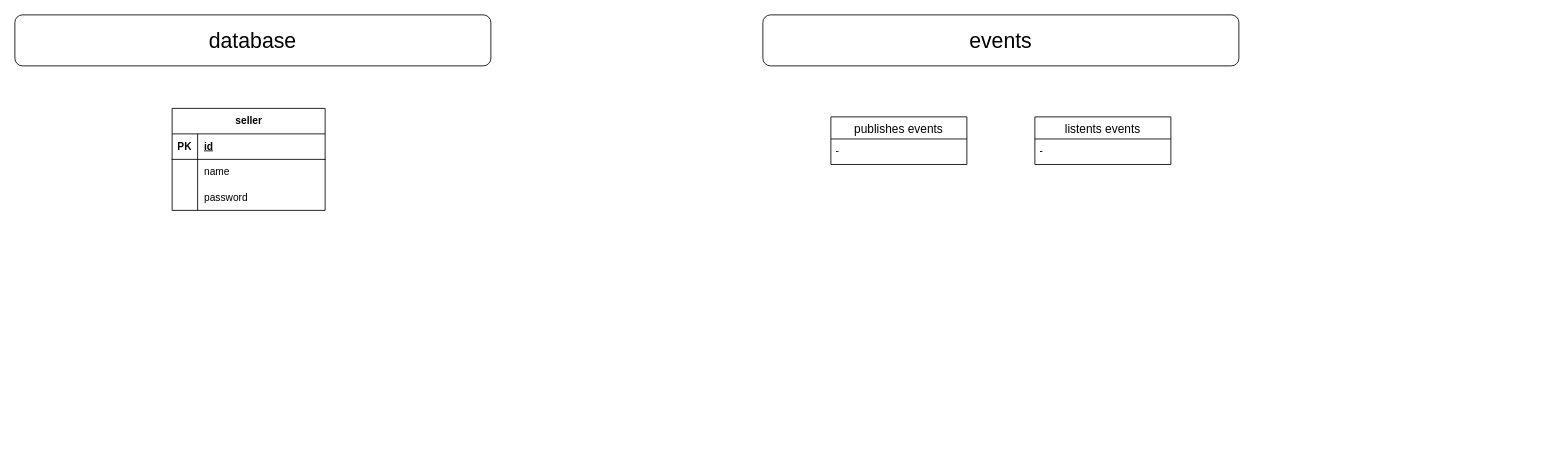
The draw.io diagram page "seller" (3 of 11) of app.drawio in ernurQ/eat-web-diagrams, before the edit. Source tidied: cells renumbered, new cells numbered last; positions are measured from the earlier drawing's top-left corner, leaving out a move shared by most shapes. Both pictures are drawn from the tidied source at 85%, with x=0, y=0 at pixel (14, 14).
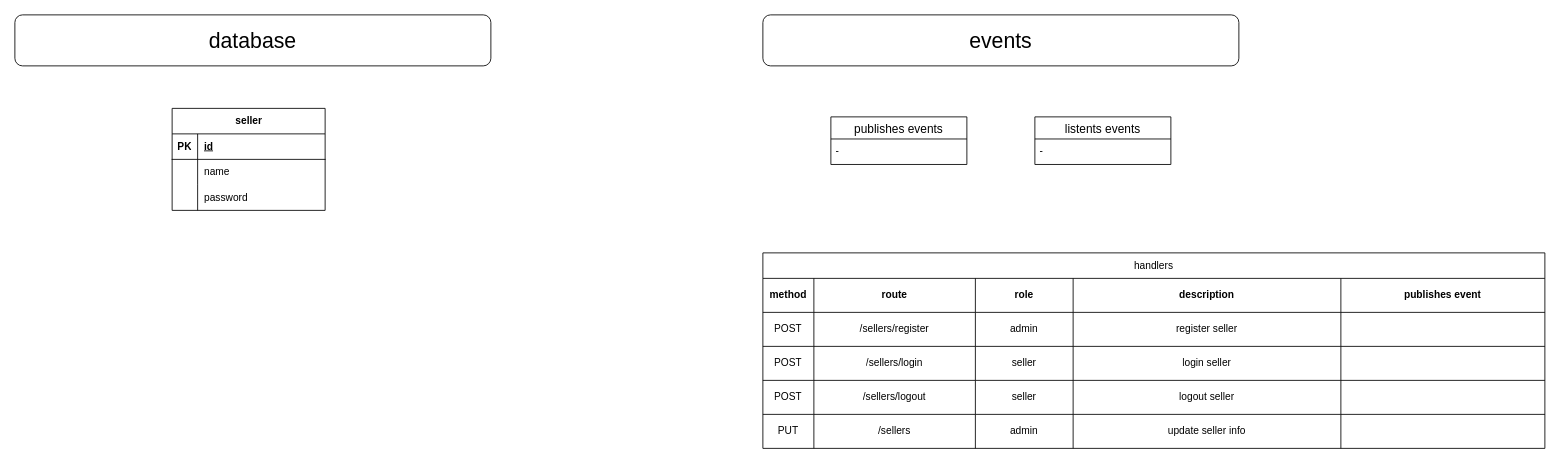
After the change.

Diff of the diagram source:
```diff
@@
+    <mxCell id="18" value="handlers" style="shape=table;startSize=30;childLayout=tableLayout;strokeColor=default;fontSize=12;" parent="1" vertex="1">
+      <mxGeometry x="880" y="280" width="920" height="230" as="geometry" />
+    </mxCell>
+    <mxCell id="19" style="shape=tableRow;horizontal=0;startSize=0;swimlaneHead=0;swimlaneBody=0;strokeColor=inherit;top=0;left=0;bottom=0;right=0;fillColor=none;fontSize=12;" parent="18" vertex="1">
+      <mxGeometry y="30" width="920" height="40" as="geometry" />
+    </mxCell>
+    <mxCell id="20" value="&lt;b&gt;method&lt;/b&gt;" style="shape=partialRectangle;html=1;whiteSpace=wrap;strokeColor=inherit;overflow=hidden;fillColor=none;top=0;left=0;bottom=0;right=0;fontSize=12;" parent="19" vertex="1">
+      <mxGeometry width="60" height="40" as="geometry" />
+    </mxCell>
+    <mxCell id="21" value="&lt;b&gt;route&lt;/b&gt;" style="shape=partialRectangle;html=1;whiteSpace=wrap;strokeColor=inherit;overflow=hidden;fillColor=none;top=0;left=0;bottom=0;right=0;fontSize=12;" parent="19" vertex="1">
+      <mxGeometry x="60" width="190" height="40" as="geometry" />
+    </mxCell>
+    <mxCell id="22" value="&lt;b&gt;role&lt;/b&gt;" style="shape=partialRectangle;html=1;whiteSpace=wrap;strokeColor=inherit;overflow=hidden;fillColor=none;top=0;left=0;bottom=0;right=0;fontSize=12;" parent="19" vertex="1">
+      <mxGeometry x="250" width="115" height="40" as="geometry" />
+    </mxCell>
+    <mxCell id="23" value="&lt;b&gt;description&lt;/b&gt;" style="shape=partialRectangle;html=1;whiteSpace=wrap;strokeColor=inherit;overflow=hidden;fillColor=none;top=0;left=0;bottom=0;right=0;fontSize=12;" parent="19" vertex="1">
+      <mxGeometry x="365" width="315" height="40" as="geometry" />
+    </mxCell>
+    <mxCell id="24" value="&lt;b&gt;publishes event&lt;/b&gt;" style="shape=partialRectangle;html=1;whiteSpace=wrap;strokeColor=inherit;overflow=hidden;fillColor=none;top=0;left=0;bottom=0;right=0;fontSize=12;" parent="19" vertex="1">
+      <mxGeometry x="680" width="240" height="40" as="geometry" />
+    </mxCell>
+    <mxCell id="25" style="shape=tableRow;horizontal=0;startSize=0;swimlaneHead=0;swimlaneBody=0;strokeColor=inherit;top=0;left=0;bottom=0;right=0;fillColor=none;fontSize=12;" parent="18" vertex="1">
+      <mxGeometry y="70" width="920" height="40" as="geometry" />
+    </mxCell>
+    <mxCell id="26" value="POST" style="shape=partialRectangle;html=1;whiteSpace=wrap;strokeColor=inherit;overflow=hidden;fillColor=none;top=0;left=0;bottom=0;right=0;fontSize=12;" parent="25" vertex="1">
+      <mxGeometry width="60" height="40" as="geometry" />
+    </mxCell>
+    <mxCell id="27" value="/sellers/register" style="shape=partialRectangle;html=1;whiteSpace=wrap;strokeColor=inherit;overflow=hidden;fillColor=none;top=0;left=0;bottom=0;right=0;fontSize=12;align=center;" parent="25" vertex="1">
+      <mxGeometry x="60" width="190" height="40" as="geometry" />
+    </mxCell>
+    <mxCell id="28" value="admin" style="shape=partialRectangle;html=1;whiteSpace=wrap;strokeColor=inherit;overflow=hidden;fillColor=none;top=0;left=0;bottom=0;right=0;fontSize=12;align=center;" parent="25" vertex="1">
+      <mxGeometry x="250" width="115" height="40" as="geometry" />
+    </mxCell>
+    <mxCell id="29" value="register seller" style="shape=partialRectangle;html=1;whiteSpace=wrap;strokeColor=inherit;overflow=hidden;fillColor=none;top=0;left=0;bottom=0;right=0;fontSize=12;" parent="25" vertex="1">
+      <mxGeometry x="365" width="315" height="40" as="geometry" />
+    </mxCell>
+    <mxCell id="30" style="shape=partialRectangle;html=1;whiteSpace=wrap;strokeColor=inherit;overflow=hidden;fillColor=none;top=0;left=0;bottom=0;right=0;fontSize=12;" parent="25" vertex="1">
+      <mxGeometry x="680" width="240" height="40" as="geometry" />
+    </mxCell>
+    <mxCell id="31" style="shape=tableRow;horizontal=0;startSize=0;swimlaneHead=0;swimlaneBody=0;strokeColor=inherit;top=0;left=0;bottom=0;right=0;fillColor=none;fontSize=12;" parent="18" vertex="1">
+      <mxGeometry y="110" width="920" height="40" as="geometry" />
+    </mxCell>
+    <mxCell id="32" value="POST" style="shape=partialRectangle;html=1;whiteSpace=wrap;strokeColor=inherit;overflow=hidden;fillColor=none;top=0;left=0;bottom=0;right=0;fontSize=12;" parent="31" vertex="1">
+      <mxGeometry width="60" height="40" as="geometry" />
+    </mxCell>
+    <mxCell id="33" value="/sellers/login" style="shape=partialRectangle;html=1;whiteSpace=wrap;strokeColor=inherit;overflow=hidden;fillColor=none;top=0;left=0;bottom=0;right=0;fontSize=12;" parent="31" vertex="1">
+      <mxGeometry x="60" width="190" height="40" as="geometry" />
+    </mxCell>
+    <mxCell id="34" value="seller" style="shape=partialRectangle;html=1;whiteSpace=wrap;strokeColor=inherit;overflow=hidden;fillColor=none;top=0;left=0;bottom=0;right=0;fontSize=12;" parent="31" vertex="1">
+      <mxGeometry x="250" width="115" height="40" as="geometry" />
+    </mxCell>
+    <mxCell id="35" value="login seller" style="shape=partialRectangle;html=1;whiteSpace=wrap;strokeColor=inherit;overflow=hidden;fillColor=none;top=0;left=0;bottom=0;right=0;fontSize=12;" parent="31" vertex="1">
+      <mxGeometry x="365" width="315" height="40" as="geometry" />
+    </mxCell>
+    <mxCell id="36" style="shape=partialRectangle;html=1;whiteSpace=wrap;strokeColor=inherit;overflow=hidden;fillColor=none;top=0;left=0;bottom=0;right=0;fontSize=12;" parent="31" vertex="1">
+      <mxGeometry x="680" width="240" height="40" as="geometry" />
+    </mxCell>
+    <mxCell id="37" style="shape=tableRow;horizontal=0;startSize=0;swimlaneHead=0;swimlaneBody=0;strokeColor=inherit;top=0;left=0;bottom=0;right=0;fillColor=none;fontSize=12;" parent="18" vertex="1">
+      <mxGeometry y="150" width="920" height="40" as="geometry" />
+    </mxCell>
+    <mxCell id="38" value="POST" style="shape=partialRectangle;html=1;whiteSpace=wrap;strokeColor=inherit;overflow=hidden;fillColor=none;top=0;left=0;bottom=0;right=0;fontSize=12;" parent="37" vertex="1">
+      <mxGeometry width="60" height="40" as="geometry" />
+    </mxCell>
+    <mxCell id="39" value="/sellers/logout" style="shape=partialRectangle;html=1;whiteSpace=wrap;strokeColor=inherit;overflow=hidden;fillColor=none;top=0;left=0;bottom=0;right=0;fontSize=12;" parent="37" vertex="1">
+      <mxGeometry x="60" width="190" height="40" as="geometry" />
+    </mxCell>
+    <mxCell id="40" value="seller" style="shape=partialRectangle;html=1;whiteSpace=wrap;strokeColor=inherit;overflow=hidden;fillColor=none;top=0;left=0;bottom=0;right=0;fontSize=12;" parent="37" vertex="1">
+      <mxGeometry x="250" width="115" height="40" as="geometry" />
+    </mxCell>
+    <mxCell id="41" value="logout seller" style="shape=partialRectangle;html=1;whiteSpace=wrap;strokeColor=inherit;overflow=hidden;fillColor=none;top=0;left=0;bottom=0;right=0;fontSize=12;" parent="37" vertex="1">
+      <mxGeometry x="365" width="315" height="40" as="geometry" />
+    </mxCell>
+    <mxCell id="42" style="shape=partialRectangle;html=1;whiteSpace=wrap;strokeColor=inherit;overflow=hidden;fillColor=none;top=0;left=0;bottom=0;right=0;fontSize=12;" parent="37" vertex="1">
+      <mxGeometry x="680" width="240" height="40" as="geometry" />
+    </mxCell>
+    <mxCell id="43" style="shape=tableRow;horizontal=0;startSize=0;swimlaneHead=0;swimlaneBody=0;strokeColor=inherit;top=0;left=0;bottom=0;right=0;fillColor=none;fontSize=12;" parent="18" vertex="1">
+      <mxGeometry y="190" width="920" height="40" as="geometry" />
+    </mxCell>
+    <mxCell id="44" value="PUT" style="shape=partialRectangle;html=1;whiteSpace=wrap;strokeColor=inherit;overflow=hidden;fillColor=none;top=0;left=0;bottom=0;right=0;fontSize=12;" parent="43" vertex="1">
+      <mxGeometry width="60" height="40" as="geometry" />
+    </mxCell>
+    <mxCell id="45" value="/sellers" style="shape=partialRectangle;html=1;whiteSpace=wrap;strokeColor=inherit;overflow=hidden;fillColor=none;top=0;left=0;bottom=0;right=0;fontSize=12;" parent="43" vertex="1">
+      <mxGeometry x="60" width="190" height="40" as="geometry" />
+    </mxCell>
+    <mxCell id="46" value="admin" style="shape=partialRectangle;html=1;whiteSpace=wrap;strokeColor=inherit;overflow=hidden;fillColor=none;top=0;left=0;bottom=0;right=0;fontSize=12;" parent="43" vertex="1">
+      <mxGeometry x="250" width="115" height="40" as="geometry" />
+    </mxCell>
+    <mxCell id="47" value="update seller info" style="shape=partialRectangle;html=1;whiteSpace=wrap;strokeColor=inherit;overflow=hidden;fillColor=none;top=0;left=0;bottom=0;right=0;fontSize=12;" parent="43" vertex="1">
+      <mxGeometry x="365" width="315" height="40" as="geometry" />
+    </mxCell>
+    <mxCell id="48" style="shape=partialRectangle;html=1;whiteSpace=wrap;strokeColor=inherit;overflow=hidden;fillColor=none;top=0;left=0;bottom=0;right=0;fontSize=12;" parent="43" vertex="1">
+      <mxGeometry x="680" width="240" height="40" as="geometry" />
+    </mxCell>
```
